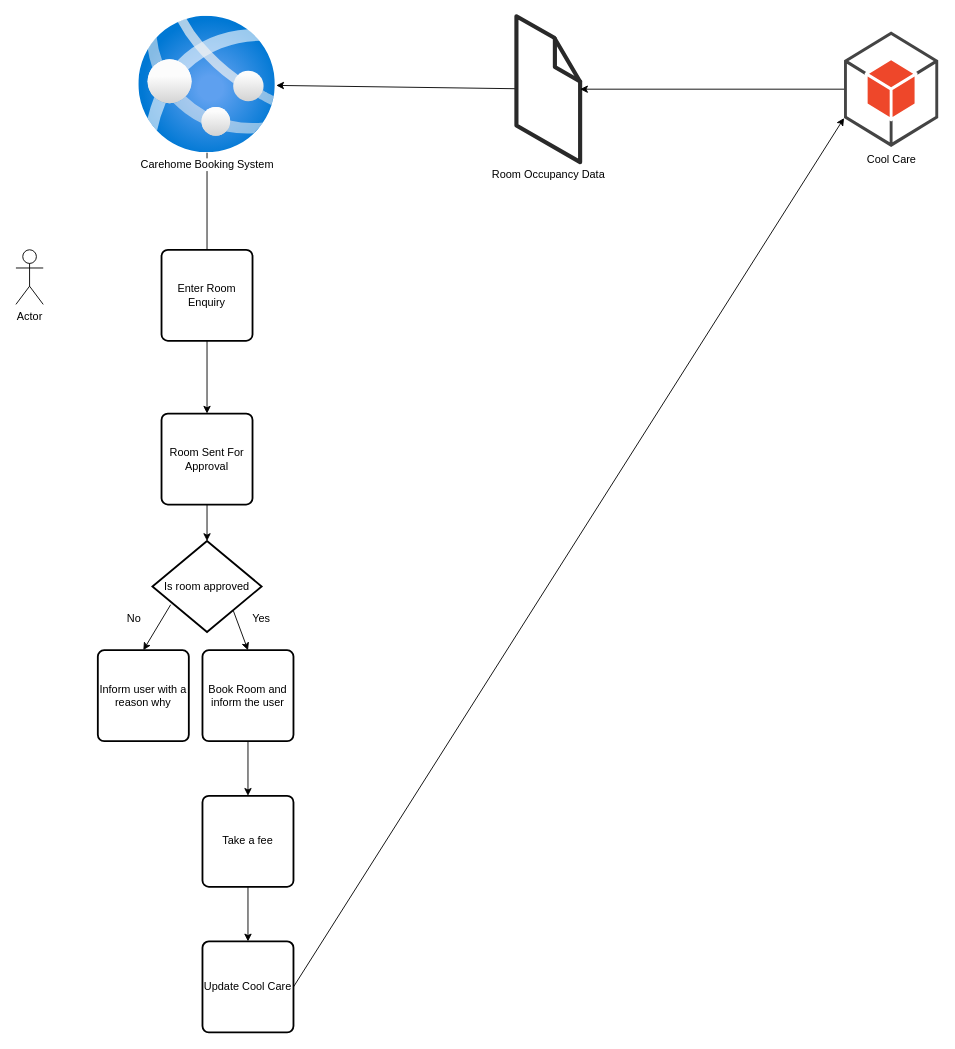
This is CarehomeCoolCareHLD.drawio from mattwatts36/drawings, a draw.io file, before an edit. Source tidied: cells renumbered, new cells numbered last; positions are measured from the earlier drawing's top-left corner, leaving out a move shared by most shapes. Both pictures are drawn from the tidied source at 91%, with x=0, y=0 at pixel (15, 15).
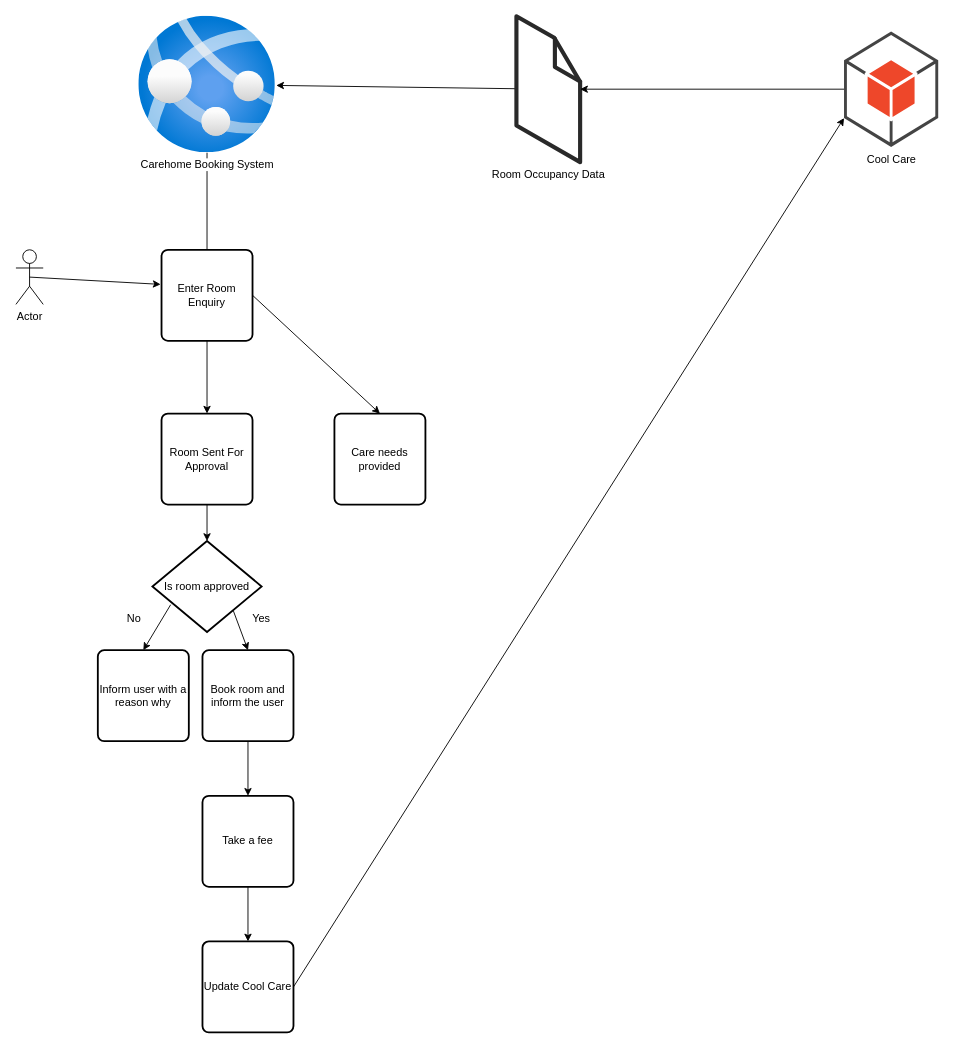
After the change.

Unchanged cells that the change refers to:
```xml
<mxCell id="8" value="Actor" style="shape=umlActor;verticalLabelPosition=bottom;verticalAlign=top;html=1;outlineConnect=0;" parent="1" vertex="1">
  <mxGeometry y="257" width="30" height="60" as="geometry" />
</mxCell>
<mxCell id="10" value="Enter Room Enquiry" style="rounded=1;whiteSpace=wrap;html=1;absoluteArcSize=1;arcSize=14;strokeWidth=2;" parent="1" vertex="1">
  <mxGeometry x="160" y="257" width="100" height="100" as="geometry" />
</mxCell>
```

What changed in the source:
```diff
@@
+    <mxCell id="25" style="edgeStyle=none;rounded=0;jettySize=auto;html=1;exitX=0.5;exitY=0.5;exitDx=0;exitDy=0;exitPerimeter=0;entryX=-0.01;entryY=0.38;entryDx=0;entryDy=0;entryPerimeter=0;" parent="1" edge="1" source="8" target="10">
+      <mxGeometry relative="1" as="geometry" />
+    </mxCell>
@@
+    <mxCell id="26" style="edgeStyle=none;rounded=0;jettySize=auto;html=1;exitX=1;exitY=0.5;exitDx=0;exitDy=0;entryX=0.5;entryY=0;entryDx=0;entryDy=0;" parent="1" edge="1" source="10" target="27">
+      <mxGeometry relative="1" as="geometry" />
+    </mxCell>
@@
-    <mxCell id="17" value="Book Room and inform the user" style="rounded=1;whiteSpace=wrap;html=1;absoluteArcSize=1;arcSize=14;strokeWidth=2;" parent="1" vertex="1">
+    <mxCell id="17" value="Book room and inform the user" style="rounded=1;whiteSpace=wrap;html=1;absoluteArcSize=1;arcSize=14;strokeWidth=2;" parent="1" vertex="1">
       <mxGeometry x="205" y="697" width="100" height="100" as="geometry" />
     </mxCell>
@@
+    <mxCell id="27" value="Care needs provided" style="rounded=1;whiteSpace=wrap;html=1;absoluteArcSize=1;arcSize=14;strokeWidth=2;" parent="1" vertex="1">
+      <mxGeometry x="350" y="437" width="100" height="100" as="geometry" />
+    </mxCell>
```
